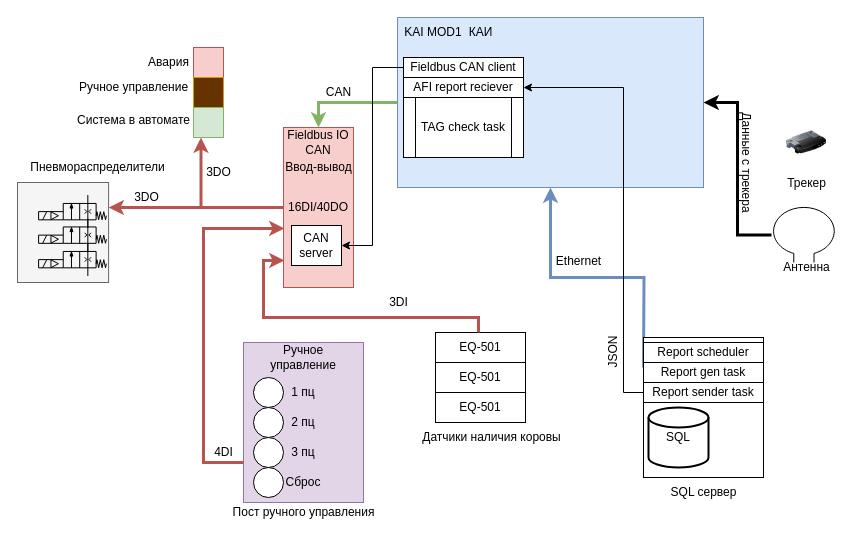
Earlier version of the draw.io diagram page "Общая схема" (1 of 2) of KAI.drawio (megavad/Diagrams). Source tidied: cells renumbered, new cells numbered last; positions are measured from the earlier drawing's top-left corner, leaving out a move shared by most shapes. Both pictures are drawn from the tidied source at 100%, with x=0, y=0 at pixel (17, 17).
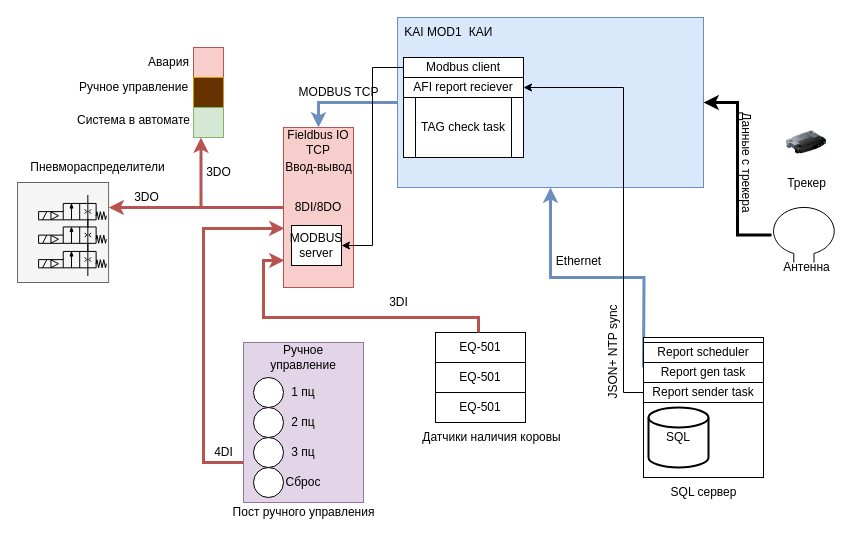
The same page after the edit.

The change refers to these unchanged cells:
```xml
<mxCell id="27" style="rounded=0;whiteSpace=wrap;html=1;fillColor=#dae8fc;strokeColor=#6c8ebf;" parent="1" vertex="1">
  <mxGeometry x="380" width="306" height="170" as="geometry" />
</mxCell>
```

The edit, as a diff of the source:
```diff
@@
-    <mxCell id="8" value="16DI/40DO" style="rounded=0;whiteSpace=wrap;html=1;fillColor=#f8cecc;strokeColor=#b85450;" parent="1" vertex="1">
+    <mxCell id="8" value="8DI/8DO" style="rounded=0;whiteSpace=wrap;html=1;fillColor=#f8cecc;strokeColor=#b85450;" parent="1" vertex="1">
       <mxGeometry x="266" y="110" width="70" height="160" as="geometry" />
     </mxCell>
@@
-    <mxCell id="20" value="Fieldbus IO&lt;div&gt;CAN&lt;/div&gt;" style="text;html=1;align=center;verticalAlign=middle;whiteSpace=wrap;rounded=0;" parent="1" vertex="1">
+    <mxCell id="20" value="Fieldbus IO&lt;div&gt;TCP&lt;/div&gt;" style="text;html=1;align=center;verticalAlign=middle;whiteSpace=wrap;rounded=0;" parent="1" vertex="1">
       <mxGeometry x="241" y="110" width="120" height="30" as="geometry" />
     </mxCell>
@@
-    <mxCell id="26" style="edgeStyle=orthogonalEdgeStyle;rounded=0;jettySize=auto;html=1;entryX=0.5;entryY=0;entryDx=0;entryDy=0;strokeWidth=3;fillColor=#d5e8d4;strokeColor=#82b366;" parent="1" edge="1" source="27" target="20">
+    <mxCell id="26" style="edgeStyle=orthogonalEdgeStyle;rounded=0;jettySize=auto;html=1;entryX=0.5;entryY=0;entryDx=0;entryDy=0;strokeWidth=3;fillColor=#dae8fc;strokeColor=#6c8ebf;" parent="1" edge="1" source="27" target="20">
       <mxGeometry relative="1" as="geometry" />
     </mxCell>
@@
-    <mxCell id="30" value="Fieldbus CAN client" style="rounded=0;whiteSpace=wrap;html=1;" parent="1" vertex="1">
+    <mxCell id="30" value="Modbus client" style="rounded=0;whiteSpace=wrap;html=1;" parent="1" vertex="1">
       <mxGeometry x="386" y="40" width="120" height="20" as="geometry" />
     </mxCell>
-    <mxCell id="31" value="CAN server" style="rounded=0;whiteSpace=wrap;html=1;" parent="1" vertex="1">
+    <mxCell id="31" value="MODBUS server" style="rounded=0;whiteSpace=wrap;html=1;" parent="1" vertex="1">
       <mxGeometry x="274" y="208" width="50" height="40" as="geometry" />
     </mxCell>
@@
-    <mxCell id="47" value="JSON" style="text;html=1;align=center;verticalAlign=middle;strokeColor=none;fillColor=none;rotation=270;" parent="1" vertex="1">
-      <mxGeometry x="566" y="320" width="60" height="30" as="geometry" />
+    <mxCell id="47" value="JSON+ NTP sync" style="text;html=1;align=center;verticalAlign=middle;strokeColor=none;fillColor=none;rotation=270;" parent="1" vertex="1">
+      <mxGeometry x="536" y="320" width="120" height="30" as="geometry" />
     </mxCell>
@@
-    <mxCell id="61" value="CAN" style="text;html=1;align=center;verticalAlign=middle;strokeColor=none;fillColor=none;" parent="1" vertex="1">
-      <mxGeometry x="296" y="60" width="50" height="30" as="geometry" />
+    <mxCell id="61" value="MODBUS TCP" style="text;html=1;align=center;verticalAlign=middle;strokeColor=none;fillColor=none;" parent="1" vertex="1">
+      <mxGeometry x="271" y="60" width="100" height="30" as="geometry" />
     </mxCell>
```
